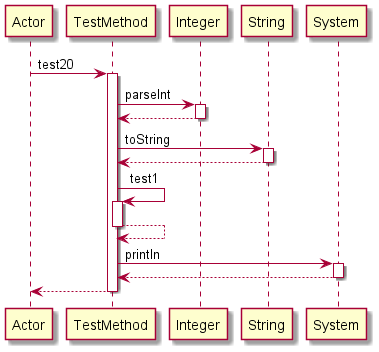
Earlier version of the PlantUML export Diagrams/test20.png (manucapo/Gardener). Source of this version:
```plantuml
@startuml
participant Actor
Actor -> TestMethod: test20
activate TestMethod
TestMethod -> Integer: parseInt
activate Integer
Integer-->TestMethod
deactivate Integer
TestMethod -> String: toString
activate String
String-->TestMethod
deactivate String
TestMethod -> TestMethod: test1
activate TestMethod
TestMethod-->TestMethod
deactivate TestMethod
TestMethod -> System: println
activate System
System-->TestMethod
deactivate System
return
@enduml
```
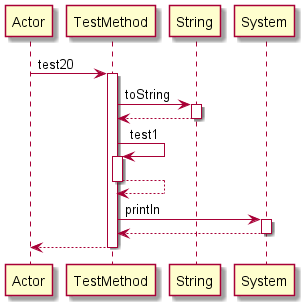
After the commit.

The edit, as a diff of the source:
```diff
@@ -2,10 +2,6 @@
 participant Actor
 Actor -> TestMethod: test20
 activate TestMethod
-TestMethod -> Integer: parseInt
-activate Integer
-Integer-->TestMethod
-deactivate Integer
 TestMethod -> String: toString
 activate String
 String-->TestMethod
```
